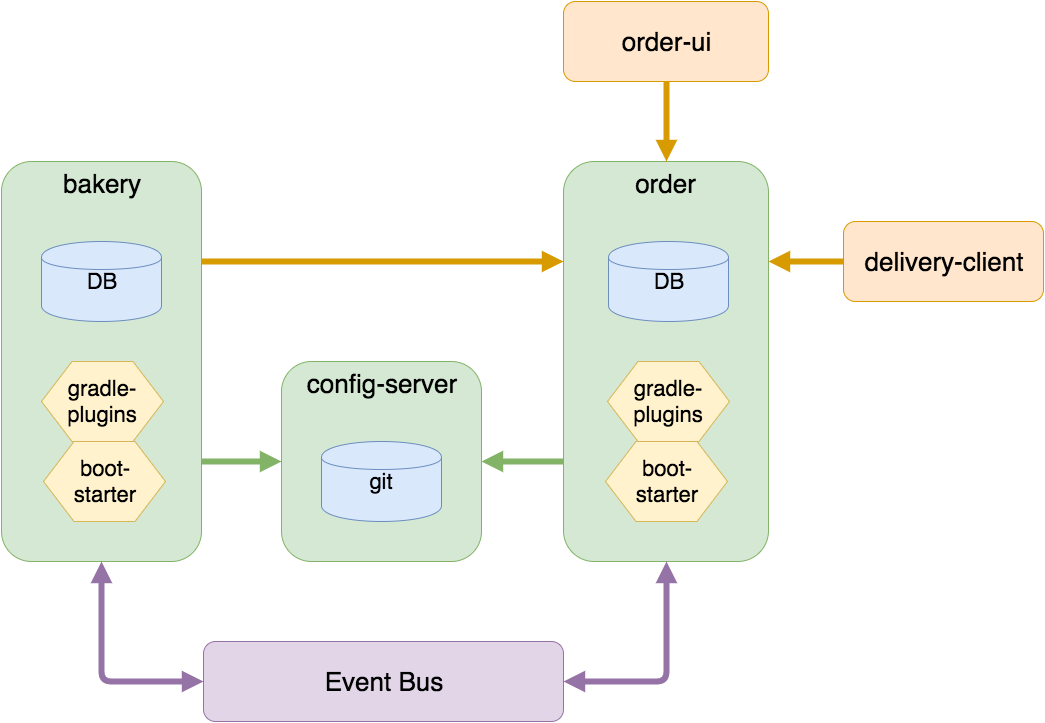
Above: pizza-service-intro/img/epizza.png in pk762/epizza (draw.io), before the change. Source tidied: cells renumbered, new cells last; positions are measured from the earlier drawing's top-left corner, leaving out a move shared by most shapes.
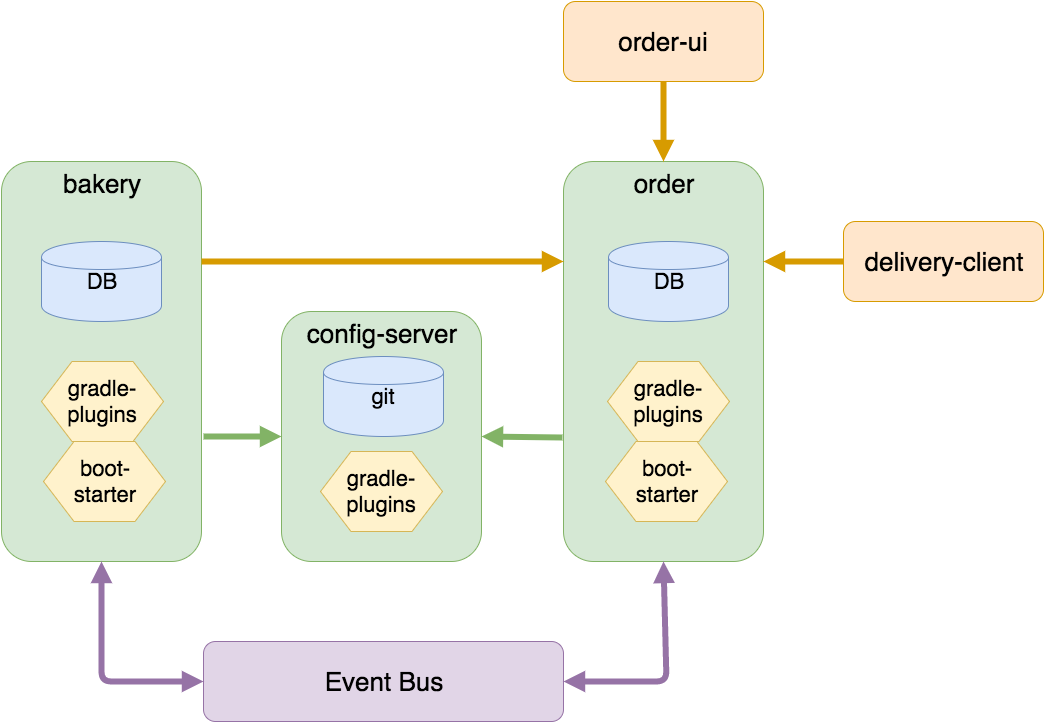
Above is the later version.

Commit message:
updating system diagram

The edit, as a diff of the source:
```diff
@@ -9,22 +9,22 @@
       <mxGeometry y="160" width="200" height="400" as="geometry" />
     </mxCell>
     <mxCell id="4" value="order" style="rounded=1;whiteSpace=wrap;html=1;shadow=0;glass=0;fillColor=#d5e8d4;fontSize=26;strokeColor=#82b366;verticalAlign=top;" parent="1" vertex="1">
-      <mxGeometry x="562" y="160" width="205" height="400" as="geometry" />
+      <mxGeometry x="562" y="160" width="200" height="400" as="geometry" />
     </mxCell>
     <mxCell id="5" value="config-server" style="rounded=1;whiteSpace=wrap;html=1;shadow=0;glass=0;fillColor=#d5e8d4;fontSize=26;strokeColor=#82b366;verticalAlign=top;" parent="1" vertex="1">
-      <mxGeometry x="280" y="360" width="200" height="200" as="geometry" />
+      <mxGeometry x="280" y="310" width="200" height="250" as="geometry" />
     </mxCell>
     <mxCell id="6" value="DB" style="shape=cylinder;whiteSpace=wrap;html=1;shadow=0;glass=0;fillColor=#dae8fc;fontSize=22;strokeColor=#6c8ebf;verticalAlign=middle;" parent="1" vertex="1">
       <mxGeometry x="40" y="240" width="120" height="80" as="geometry" />
     </mxCell>
     <mxCell id="7" value="git" style="shape=cylinder;whiteSpace=wrap;html=1;shadow=0;glass=0;fillColor=#dae8fc;fontSize=22;strokeColor=#6c8ebf;verticalAlign=middle;" parent="1" vertex="1">
-      <mxGeometry x="320" y="440" width="120" height="80" as="geometry" />
+      <mxGeometry x="322" y="355" width="120" height="80" as="geometry" />
     </mxCell>
     <mxCell id="8" value="DB" style="shape=cylinder;whiteSpace=wrap;html=1;shadow=0;glass=0;fillColor=#dae8fc;fontSize=22;strokeColor=#6c8ebf;verticalAlign=middle;" parent="1" vertex="1">
       <mxGeometry x="607" y="240" width="120" height="80" as="geometry" />
     </mxCell>
     <mxCell id="9" value="order-ui" style="rounded=1;whiteSpace=wrap;html=1;shadow=0;glass=0;fillColor=#ffe6cc;fontSize=26;strokeColor=#d79b00;" parent="1" vertex="1">
-      <mxGeometry x="562" width="205" height="80" as="geometry" />
+      <mxGeometry x="562" width="200" height="80" as="geometry" />
     </mxCell>
     <mxCell id="10" value="boot-&lt;br&gt;starter" style="shape=hexagon;perimeter=hexagonPerimeter;whiteSpace=wrap;html=1;shadow=0;glass=0;fillColor=#fff2cc;fontSize=22;strokeColor=#d6b656;" parent="1" vertex="1">
       <mxGeometry x="42" y="440" width="122" height="80" as="geometry" />
@@ -55,10 +55,13 @@
         </Array>
       </mxGeometry>
     </mxCell>
-    <mxCell id="17" style="endArrow=block;html=1;shadow=0;strokeWidth=6;fontSize=22;exitX=1;exitY=0.75;entryX=0;entryY=0.5;fillColor=#d5e8d4;strokeColor=#82b366;endFill=1;" parent="1" edge="1" source="3" target="5">
-      <mxGeometry relative="1" as="geometry" />
+    <mxCell id="17" style="endArrow=block;html=1;shadow=0;strokeWidth=6;fontSize=22;entryX=0;entryY=0.5;fillColor=#d5e8d4;strokeColor=#82b366;endFill=1;" parent="1" edge="1">
+      <mxGeometry relative="1" as="geometry">
+        <mxPoint x="202" y="435" as="sourcePoint" />
+        <mxPoint x="280" y="435" as="targetPoint" />
+      </mxGeometry>
     </mxCell>
-    <mxCell id="18" style="endArrow=block;html=1;shadow=0;strokeWidth=6;fontSize=22;exitX=0;exitY=0.75;entryX=1;entryY=0.5;fillColor=#d5e8d4;strokeColor=#82b366;endFill=1;" parent="1" edge="1" source="4" target="5">
+    <mxCell id="18" style="endArrow=block;html=1;shadow=0;strokeWidth=6;fontSize=22;exitX=-0.005;exitY=0.69;entryX=1;entryY=0.5;fillColor=#d5e8d4;strokeColor=#82b366;endFill=1;exitPerimeter=0;" parent="1" edge="1" source="4" target="5">
       <mxGeometry relative="1" as="geometry" />
     </mxCell>
     <mxCell id="19" style="endArrow=block;html=1;shadow=0;strokeWidth=6;fontSize=22;exitX=0.5;exitY=1;entryX=0.5;entryY=0;fillColor=#ffe6cc;strokeColor=#d79b00;endFill=1;" parent="1" edge="1" source="9" target="4">
@@ -70,5 +73,8 @@
     <mxCell id="21" style="endArrow=block;html=1;shadow=0;strokeWidth=6;fontSize=22;exitX=1;exitY=0.25;entryX=0;entryY=0.25;fillColor=#ffe6cc;strokeColor=#d79b00;endFill=1;" parent="1" edge="1" source="3" target="4">
       <mxGeometry x="753" y="170" as="geometry" />
     </mxCell>
+    <mxCell id="22" value="gradle-plugins" style="shape=hexagon;perimeter=hexagonPerimeter;whiteSpace=wrap;html=1;shadow=0;glass=0;fillColor=#fff2cc;fontSize=22;strokeColor=#d6b656;" parent="1" vertex="1">
+      <mxGeometry x="319" y="450" width="122" height="80" as="geometry" />
+    </mxCell>
   </root>
 </mxGraphModel>
```
